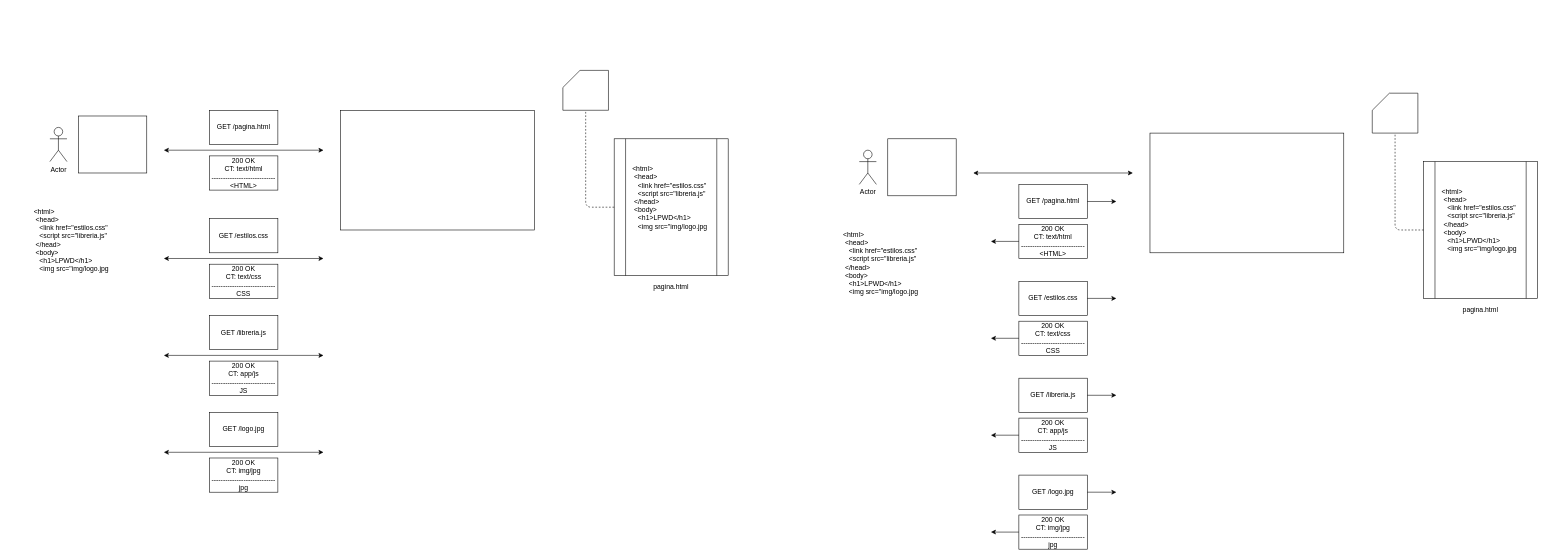
This is page "Página-15" (15 of 32) of dibujos.drawio from lrag/MEAN_2021_2, a draw.io file, before an edit. Source tidied: cells renumbered, new cells numbered last; positions are measured from the earlier drawing's top-left corner, leaving out a move shared by most shapes. Both pictures are drawn from the tidied source at 57%, with x=0, y=0 at pixel (32, 70).
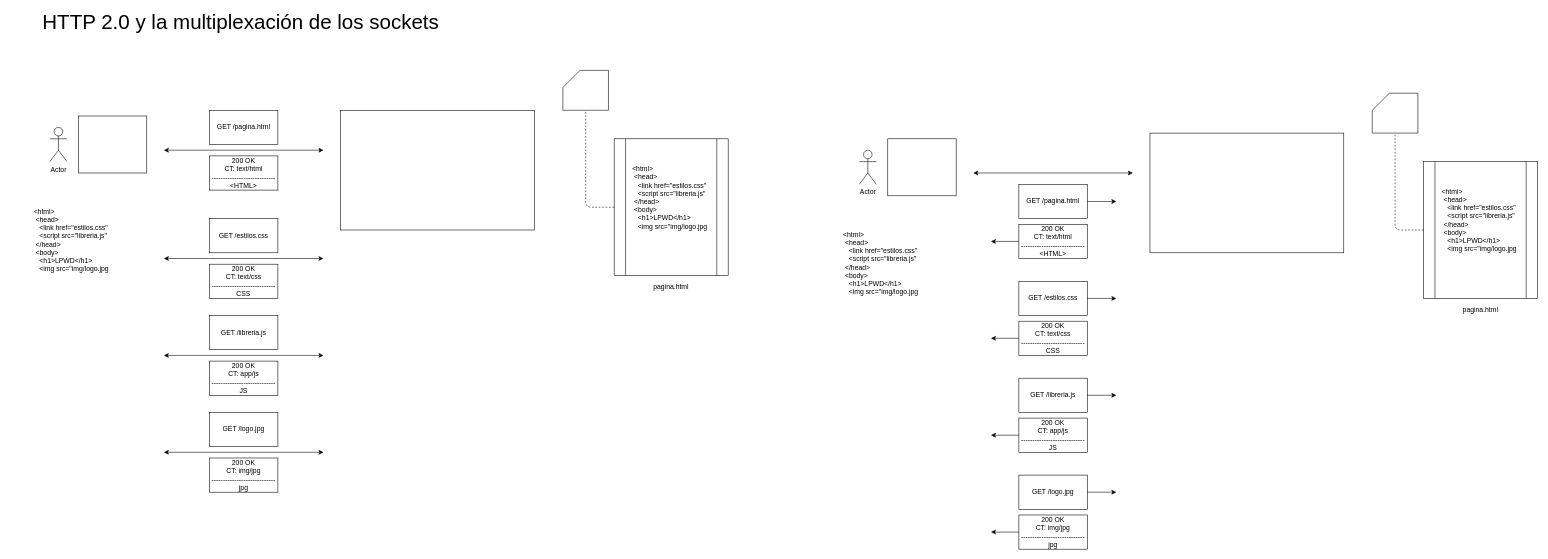
The same diagram, later.

What changed in the source:
```diff
@@
+    <mxCell id="49" value="&lt;font style=&quot;font-size: 36px&quot;&gt;HTTP 2.0 y la multiplexación de los sockets&lt;/font&gt;" style="text;html=1;strokeColor=none;fillColor=none;align=center;verticalAlign=middle;whiteSpace=wrap;rounded=0;" parent="1" vertex="1">
+      <mxGeometry x="-40" y="-100" width="810" height="30" as="geometry" />
+    </mxCell>
```
